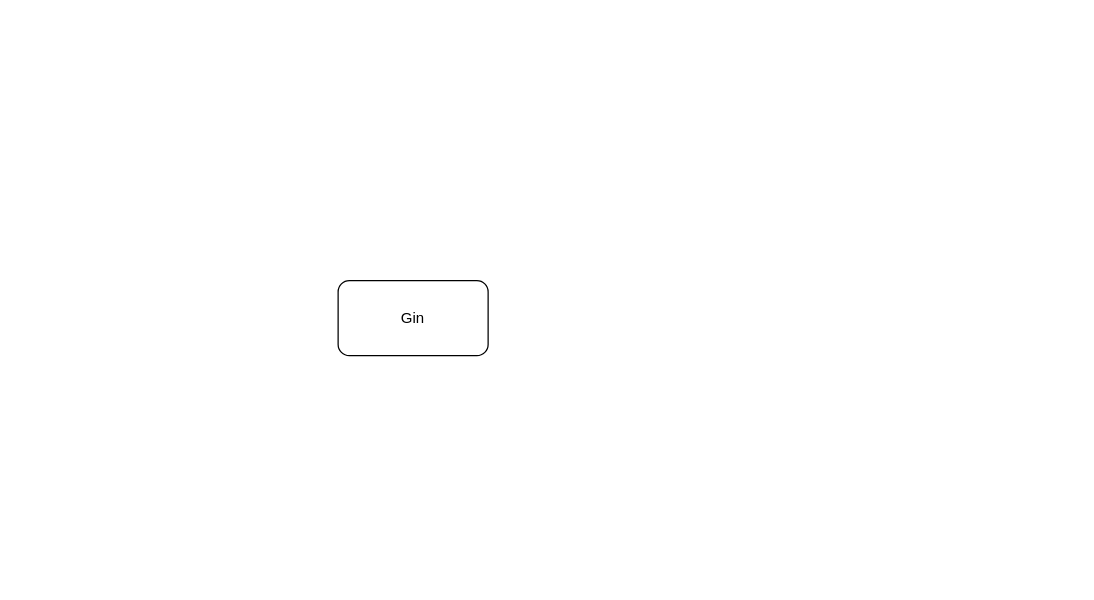
Before: 整体.drawio in xjw440/Workerman, a draw.io diagram. Source tidied: cells renumbered, new cells numbered last; positions are measured from the earlier drawing's top-left corner, leaving out a move shared by most shapes. Both pictures are drawn from the tidied source at 125%, with x=0, y=0 at pixel (338, 280).
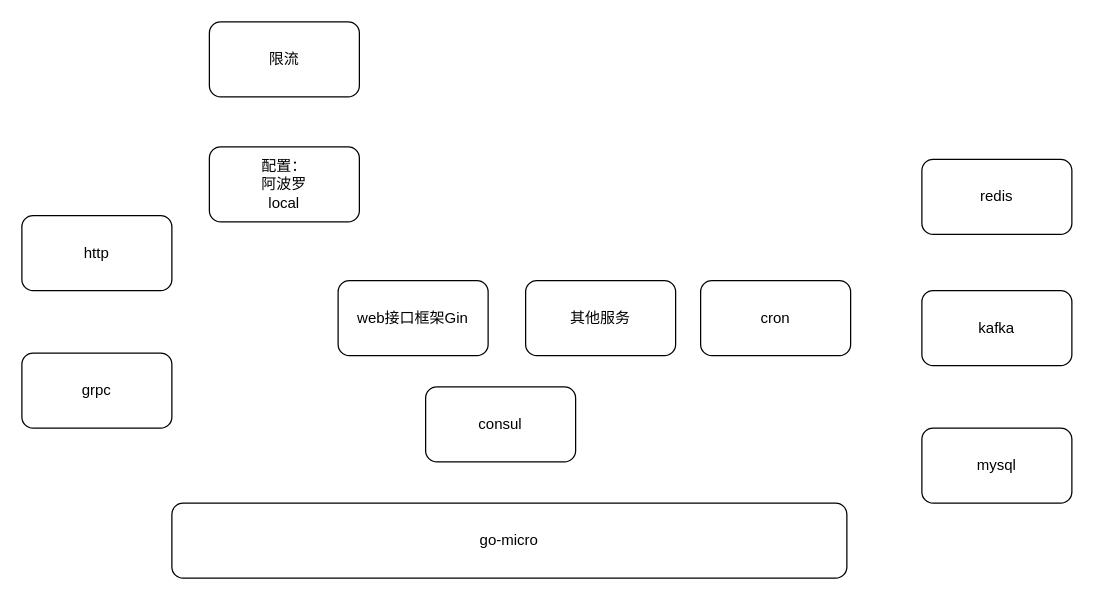
Above is the later version.

Change to the diagram source:
```diff
@@
 <mxGraphModel>
   <root>
     <mxCell id="0" />
     <mxCell id="1" parent="0" />
-    <mxCell id="2" value="Gin" style="rounded=1;whiteSpace=wrap;html=1;" parent="1" vertex="1">
+    <mxCell id="2" value="web接口框架Gin" style="rounded=1;whiteSpace=wrap;html=1;" parent="1" vertex="1">
       <mxGeometry width="120" height="60" as="geometry" />
     </mxCell>
+    <mxCell id="3" value="配置：&lt;br&gt;阿波罗&lt;br&gt;local" style="rounded=1;whiteSpace=wrap;html=1;" parent="1" vertex="1">
+      <mxGeometry x="-103" y="-107" width="120" height="60" as="geometry" />
+    </mxCell>
+    <mxCell id="4" value="mysql" style="rounded=1;whiteSpace=wrap;html=1;" parent="1" vertex="1">
+      <mxGeometry x="467" y="118" width="120" height="60" as="geometry" />
+    </mxCell>
+    <mxCell id="5" value="redis" style="rounded=1;whiteSpace=wrap;html=1;" parent="1" vertex="1">
+      <mxGeometry x="467" y="-97" width="120" height="60" as="geometry" />
+    </mxCell>
+    <mxCell id="6" value="kafka" style="rounded=1;whiteSpace=wrap;html=1;" parent="1" vertex="1">
+      <mxGeometry x="467" y="8" width="120" height="60" as="geometry" />
+    </mxCell>
+    <mxCell id="7" value="go-micro" style="rounded=1;whiteSpace=wrap;html=1;" parent="1" vertex="1">
+      <mxGeometry x="-133" y="178" width="540" height="60" as="geometry" />
+    </mxCell>
+    <mxCell id="8" value="限流" style="rounded=1;whiteSpace=wrap;html=1;" parent="1" vertex="1">
+      <mxGeometry x="-103" y="-207" width="120" height="60" as="geometry" />
+    </mxCell>
+    <mxCell id="9" value="grpc" style="rounded=1;whiteSpace=wrap;html=1;" parent="1" vertex="1">
+      <mxGeometry x="-253" y="58" width="120" height="60" as="geometry" />
+    </mxCell>
+    <mxCell id="10" value="cron" style="rounded=1;whiteSpace=wrap;html=1;" parent="1" vertex="1">
+      <mxGeometry x="290" width="120" height="60" as="geometry" />
+    </mxCell>
+    <mxCell id="11" value="consul" style="rounded=1;whiteSpace=wrap;html=1;" parent="1" vertex="1">
+      <mxGeometry x="70" y="85" width="120" height="60" as="geometry" />
+    </mxCell>
+    <mxCell id="12" value="其他服务" style="rounded=1;whiteSpace=wrap;html=1;" parent="1" vertex="1">
+      <mxGeometry x="150" width="120" height="60" as="geometry" />
+    </mxCell>
+    <mxCell id="13" value="http" style="rounded=1;whiteSpace=wrap;html=1;" parent="1" vertex="1">
+      <mxGeometry x="-253" y="-52" width="120" height="60" as="geometry" />
+    </mxCell>
   </root>
 </mxGraphModel>
```
